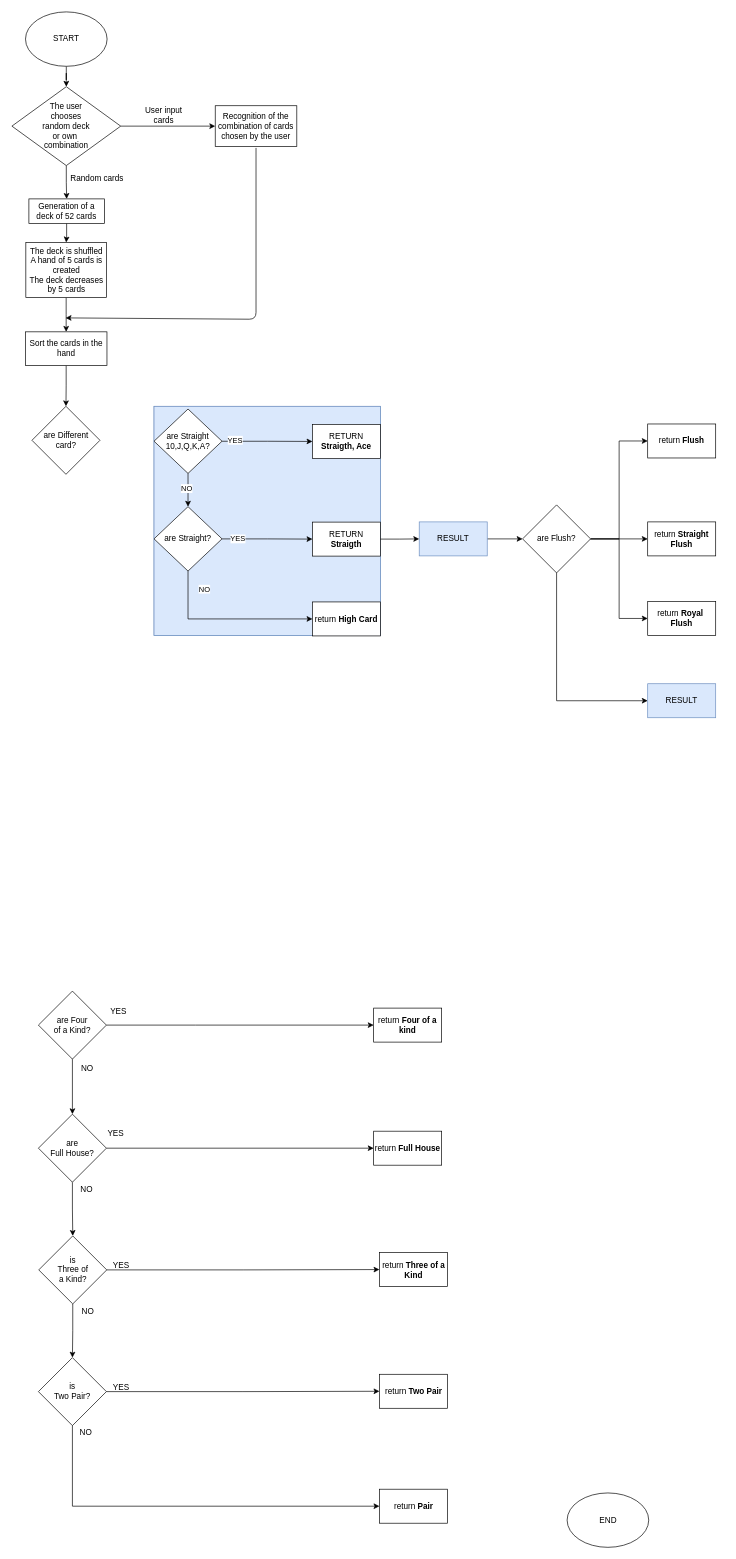
Earlier version of the draw.io diagram assets/flowchart/Poker_game_flowchart _v4.drawio (DomenicoMassimoCavaglieri/Poker-Game). Source tidied: cells renumbered, new cells numbered last; positions are measured from the earlier drawing's top-left corner, leaving out a move shared by most shapes. Both pictures are drawn from the tidied source at 68%, with x=0, y=0 at pixel (12, 12).
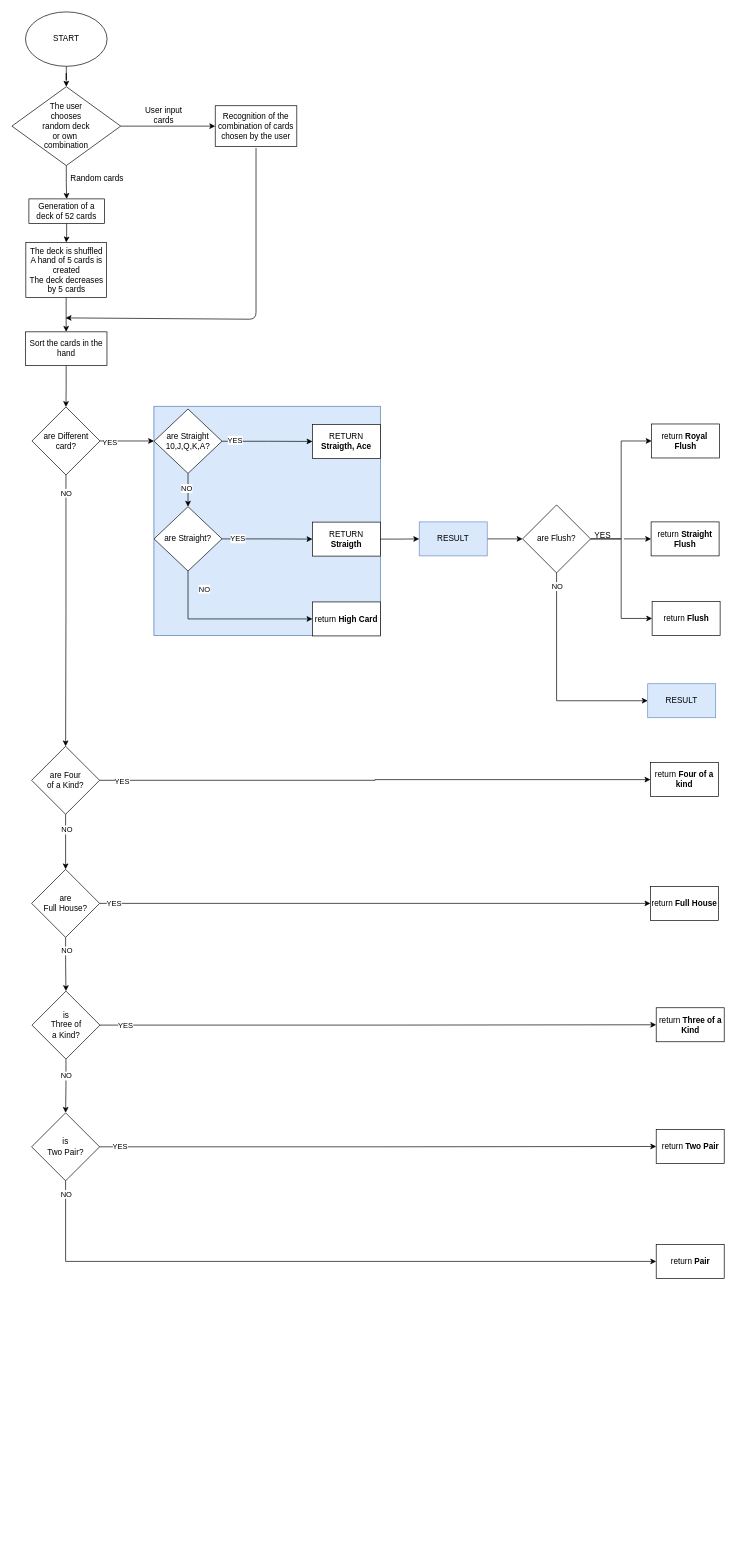
The same page after the edit.

The change refers to these unchanged cells:
```xml
<mxCell id="19" value="are Flush?" style="rhombus;whiteSpace=wrap;html=1;" parent="18" vertex="1">
  <mxGeometry x="30" y="5" width="100" height="100" as="geometry" />
</mxCell>
<mxCell id="23" value="is &lt;br&gt;Three of &lt;br&gt;a Kind?" style="rhombus;whiteSpace=wrap;html=1;" parent="20" vertex="1">
  <mxGeometry x="0.5" y="360" width="100" height="100" as="geometry" />
</mxCell>
<mxCell id="27" value="is &lt;br&gt;Two Pair?" style="rhombus;whiteSpace=wrap;html=1;" parent="20" vertex="1">
  <mxGeometry y="539" width="100" height="100" as="geometry" />
</mxCell>
<mxCell id="37" value="are Four &lt;br&gt;of a Kind?" style="rhombus;whiteSpace=wrap;html=1;" parent="20" vertex="1">
  <mxGeometry width="100" height="100" as="geometry" />
</mxCell>
<mxCell id="39" style="edgeStyle=orthogonalEdgeStyle;rounded=0;jettySize=auto;html=1;entryX=0.5;entryY=0;entryDx=0;entryDy=0;" parent="20" edge="1" source="41" target="23">
  <mxGeometry relative="1" as="geometry" />
</mxCell>
<mxCell id="41" value="are&lt;br&gt;Full House?" style="rhombus;whiteSpace=wrap;html=1;" parent="20" vertex="1">
  <mxGeometry y="181" width="100" height="100" as="geometry" />
</mxCell>
<mxCell id="46" style="group;" parent="1" vertex="1">
  <mxGeometry x="29.5" y="580" width="137" height="120.6" as="geometry" />
</mxCell>
<mxCell id="69" value="return&amp;nbsp;&lt;b&gt;Straight Flush&lt;/b&gt;" style="whiteSpace=wrap;html=1;" parent="67" vertex="1">
  <mxGeometry y="144" width="100" height="50" as="geometry" />
</mxCell>
<mxCell id="71" value="RESULT" style="rounded=0;whiteSpace=wrap;html=1;fillColor=#dae8fc;strokeColor=#6c8ebf;" parent="66" vertex="1">
  <mxGeometry y="382" width="100" height="50" as="geometry" />
</mxCell>
```

Diff of the diagram source:
```diff
@@
-    <mxCell id="12" value="END" style="ellipse;whiteSpace=wrap;html=1;" parent="1" vertex="1">
-      <mxGeometry x="816.5" y="2178" width="120" height="80" as="geometry" />
-    </mxCell>
@@
     <mxCell id="20" style="group;" parent="1" vertex="1">
-      <mxGeometry x="39" y="1440" width="601.5" height="782.5" as="geometry" />
+      <mxGeometry x="29" y="1080" width="601.5" height="782.5" as="geometry" />
     </mxCell>
-    <mxCell id="21" value="return&amp;nbsp;&lt;b&gt;Four of a kind&lt;/b&gt;" style="whiteSpace=wrap;html=1;" parent="20" vertex="1">
-      <mxGeometry x="493" y="25" width="100" height="50" as="geometry" />
-    </mxCell>
-    <mxCell id="22" value="return &lt;b&gt;Full House&lt;/b&gt;" style="whiteSpace=wrap;html=1;" parent="20" vertex="1">
-      <mxGeometry x="493" y="206" width="100" height="50" as="geometry" />
-    </mxCell>
+    <mxCell id="28" style="edgeStyle=orthogonalEdgeStyle;rounded=0;jettySize=auto;html=1;entryX=0.5;entryY=0;entryDx=0;entryDy=0;" parent="20" edge="1" source="23" target="27">
+      <mxGeometry relative="1" as="geometry" />
+    </mxCell>
+    <mxCell id="76" value="NO" style="edgeLabel;html=1;align=center;verticalAlign=middle;" parent="28" vertex="1">
+      <mxGeometry x="-0.4" relative="1" as="geometry" />
+    </mxCell>
@@
-    <mxCell id="24" value="return &lt;b&gt;Three of a Kind&lt;/b&gt;" style="whiteSpace=wrap;html=1;" parent="20" vertex="1">
-      <mxGeometry x="501.5" y="384.5" width="100" height="50" as="geometry" />
-    </mxCell>
-    <mxCell id="25" style="edgeStyle=orthogonalEdgeStyle;rounded=0;jettySize=auto;html=1;" parent="20" edge="1" source="23" target="24">
-      <mxGeometry relative="1" as="geometry" />
-    </mxCell>
-    <mxCell id="26" value="YES" style="text;html=1;strokeColor=none;fillColor=none;align=center;verticalAlign=middle;whiteSpace=wrap;rounded=0;" parent="20" vertex="1">
-      <mxGeometry x="101.5" y="393" width="40" height="20" as="geometry" />
-    </mxCell>
@@
-    <mxCell id="28" style="edgeStyle=orthogonalEdgeStyle;rounded=0;jettySize=auto;html=1;" parent="20" edge="1" source="23" target="27">
-      <mxGeometry relative="1" as="geometry" />
-    </mxCell>
-    <mxCell id="29" value="return &lt;b&gt;Two Pair&lt;/b&gt;" style="whiteSpace=wrap;html=1;" parent="20" vertex="1">
-      <mxGeometry x="501.5" y="563.5" width="100" height="50" as="geometry" />
-    </mxCell>
-    <mxCell id="30" style="edgeStyle=orthogonalEdgeStyle;rounded=0;jettySize=auto;html=1;" parent="20" edge="1" source="27" target="29">
-      <mxGeometry relative="1" as="geometry" />
-    </mxCell>
-    <mxCell id="31" value="return &lt;b&gt;Pair&lt;/b&gt;" style="whiteSpace=wrap;html=1;" parent="20" vertex="1">
-      <mxGeometry x="501.5" y="732.5" width="100" height="50" as="geometry" />
-    </mxCell>
-    <mxCell id="32" style="edgeStyle=orthogonalEdgeStyle;rounded=0;jettySize=auto;html=1;entryX=0;entryY=0.5;entryDx=0;entryDy=0;" parent="20" edge="1" source="27" target="31">
-      <mxGeometry relative="1" as="geometry">
-        <Array as="points">
-          <mxPoint x="50" y="758" />
-        </Array>
-      </mxGeometry>
-    </mxCell>
-    <mxCell id="33" value="YES" style="text;html=1;strokeColor=none;fillColor=none;align=center;verticalAlign=middle;whiteSpace=wrap;rounded=0;" parent="20" vertex="1">
-      <mxGeometry x="101.5" y="572.5" width="40" height="20" as="geometry" />
-    </mxCell>
-    <mxCell id="34" value="NO" style="text;html=1;strokeColor=none;fillColor=none;align=center;verticalAlign=middle;whiteSpace=wrap;rounded=0;" parent="20" vertex="1">
-      <mxGeometry x="52.5" y="462" width="40" height="20" as="geometry" />
-    </mxCell>
-    <mxCell id="35" value="NO" style="text;html=1;strokeColor=none;fillColor=none;align=center;verticalAlign=middle;whiteSpace=wrap;rounded=0;" parent="20" vertex="1">
-      <mxGeometry x="49.5" y="639" width="40" height="20" as="geometry" />
-    </mxCell>
-    <mxCell id="36" style="edgeStyle=orthogonalEdgeStyle;rounded=0;jettySize=auto;html=1;entryX=0;entryY=0.5;entryDx=0;entryDy=0;" parent="20" edge="1" source="37" target="21">
-      <mxGeometry relative="1" as="geometry">
-        <Array as="points">
-          <mxPoint x="231" y="50" />
-          <mxPoint x="231" y="50" />
-        </Array>
-      </mxGeometry>
-    </mxCell>
+    <mxCell id="42" style="edgeStyle=orthogonalEdgeStyle;rounded=0;jettySize=auto;html=1;entryX=0.5;entryY=0;entryDx=0;entryDy=0;" parent="20" edge="1" source="37" target="41">
+      <mxGeometry relative="1" as="geometry" />
+    </mxCell>
+    <mxCell id="77" value="NO" style="edgeLabel;html=1;align=center;verticalAlign=middle;" parent="42" vertex="1">
+      <mxGeometry x="-0.46" y="1" relative="1" as="geometry" />
+    </mxCell>
@@
-    <mxCell id="38" value="YES" style="text;html=1;strokeColor=none;fillColor=none;align=center;verticalAlign=middle;whiteSpace=wrap;rounded=0;" parent="20" vertex="1">
-      <mxGeometry x="98" y="20" width="40" height="20" as="geometry" />
-    </mxCell>
@@
-    <mxCell id="40" style="edgeStyle=orthogonalEdgeStyle;rounded=0;jettySize=auto;html=1;entryX=0;entryY=0.5;entryDx=0;entryDy=0;" parent="20" edge="1" source="41" target="22">
-      <mxGeometry relative="1" as="geometry" />
-    </mxCell>
+    <mxCell id="78" value="NO" style="edgeLabel;html=1;align=center;verticalAlign=middle;" parent="39" vertex="1">
+      <mxGeometry x="-0.52" y="1" relative="1" as="geometry" />
+    </mxCell>
@@
-    <mxCell id="42" style="edgeStyle=orthogonalEdgeStyle;rounded=0;jettySize=auto;html=1;" parent="20" edge="1" source="37" target="41">
-      <mxGeometry relative="1" as="geometry" />
-    </mxCell>
-    <mxCell id="43" value="YES" style="text;html=1;strokeColor=none;fillColor=none;align=center;verticalAlign=middle;whiteSpace=wrap;rounded=0;" parent="20" vertex="1">
-      <mxGeometry x="94" y="199" width="40" height="20" as="geometry" />
-    </mxCell>
-    <mxCell id="44" value="NO" style="text;html=1;strokeColor=none;fillColor=none;align=center;verticalAlign=middle;whiteSpace=wrap;rounded=0;" parent="20" vertex="1">
-      <mxGeometry x="51" y="282" width="40" height="20" as="geometry" />
-    </mxCell>
-    <mxCell id="45" value="NO" style="text;html=1;strokeColor=none;fillColor=none;align=center;verticalAlign=middle;whiteSpace=wrap;rounded=0;" parent="20" vertex="1">
-      <mxGeometry x="52" y="104" width="40" height="20" as="geometry" />
-    </mxCell>
@@
     <mxCell id="47" value="are Different&lt;br&gt;card?" style="rhombus;whiteSpace=wrap;html=1;" parent="46" vertex="1">
-      <mxGeometry width="100" height="100" as="geometry" />
+      <mxGeometry y="1" width="100" height="100" as="geometry" />
     </mxCell>
@@
     <mxCell id="66" style="group;" parent="1" vertex="1">
-      <mxGeometry x="935" y="606" width="100" height="432" as="geometry" />
+      <mxGeometry x="935" y="606" width="101.5" height="432" as="geometry" />
     </mxCell>
     <mxCell id="67" style="group;" parent="66" vertex="1">
-      <mxGeometry width="100" height="311" as="geometry" />
+      <mxGeometry x="5" width="101.5" height="311" as="geometry" />
     </mxCell>
-    <mxCell id="68" value="return&amp;nbsp;&lt;b style=&quot;font-family: &amp;#34;arial&amp;#34; , &amp;#34;helvetica&amp;#34; , sans-serif ; text-align: left&quot;&gt;Royal&amp;nbsp; Flush&lt;/b&gt;" style="whiteSpace=wrap;html=1;" parent="67" vertex="1">
-      <mxGeometry y="261" width="100" height="50" as="geometry" />
-    </mxCell>
@@
     <mxCell id="70" value="return &lt;b&gt;Flush&lt;/b&gt;" style="whiteSpace=wrap;html=1;" parent="67" vertex="1">
-      <mxGeometry width="100" height="50" as="geometry" />
+      <mxGeometry x="1.5" y="261" width="100" height="50" as="geometry" />
     </mxCell>
+    <mxCell id="68" value="return&amp;nbsp;&lt;b style=&quot;font-family: &amp;#34;arial&amp;#34; , &amp;#34;helvetica&amp;#34; , sans-serif ; text-align: left&quot;&gt;Royal&amp;nbsp; Flush&lt;/b&gt;" style="whiteSpace=wrap;html=1;" parent="67" vertex="1">
+      <mxGeometry x="0.8" width="100" height="50" as="geometry" />
+    </mxCell>
@@
+    <mxCell id="75" style="edgeStyle=orthogonalEdgeStyle;rounded=0;jettySize=auto;html=1;entryX=0;entryY=0.5;entryDx=0;entryDy=0;" parent="1" edge="1" source="19" target="71">
+      <mxGeometry relative="1" as="geometry">
+        <Array as="points">
+          <mxPoint x="801" y="1013" />
+        </Array>
+      </mxGeometry>
+    </mxCell>
+    <mxCell id="79" value="NO" style="edgeLabel;html=1;align=center;verticalAlign=middle;" parent="75" vertex="1">
+      <mxGeometry x="-0.89" relative="1" as="geometry">
+        <mxPoint y="1" as="offset" />
+      </mxGeometry>
+    </mxCell>
+    <mxCell id="21" value="return&amp;nbsp;&lt;b&gt;Four of a kind&lt;/b&gt;" style="whiteSpace=wrap;html=1;" parent="1" vertex="1">
+      <mxGeometry x="939" y="1104" width="100" height="50" as="geometry" />
+    </mxCell>
+    <mxCell id="22" value="return &lt;b&gt;Full House&lt;/b&gt;" style="whiteSpace=wrap;html=1;" parent="1" vertex="1">
+      <mxGeometry x="939" y="1286" width="100" height="50" as="geometry" />
+    </mxCell>
+    <mxCell id="24" value="return &lt;b&gt;Three of a Kind&lt;/b&gt;" style="whiteSpace=wrap;html=1;" parent="1" vertex="1">
+      <mxGeometry x="947.5" y="1464.5" width="100" height="50" as="geometry" />
+    </mxCell>
+    <mxCell id="29" value="return &lt;b&gt;Two Pair&lt;/b&gt;" style="whiteSpace=wrap;html=1;" parent="1" vertex="1">
+      <mxGeometry x="947.5" y="1643.5" width="100" height="50" as="geometry" />
+    </mxCell>
+    <mxCell id="31" value="return &lt;b&gt;Pair&lt;/b&gt;" style="whiteSpace=wrap;html=1;" parent="1" vertex="1">
+      <mxGeometry x="947.5" y="1812.5" width="100" height="50" as="geometry" />
+    </mxCell>
+    <mxCell id="40" style="edgeStyle=orthogonalEdgeStyle;rounded=0;jettySize=auto;html=1;entryX=0;entryY=0.5;entryDx=0;entryDy=0;" parent="1" edge="1" source="41" target="22">
+      <mxGeometry relative="1" as="geometry" />
+    </mxCell>
+    <mxCell id="80" value="YES" style="edgeLabel;html=1;align=center;verticalAlign=middle;" parent="40" vertex="1">
+      <mxGeometry x="-0.95" relative="1" as="geometry" />
+    </mxCell>
+    <mxCell id="25" style="edgeStyle=orthogonalEdgeStyle;rounded=0;jettySize=auto;html=1;" parent="1" edge="1" source="23" target="24">
+      <mxGeometry relative="1" as="geometry" />
+    </mxCell>
+    <mxCell id="81" value="YES" style="edgeLabel;html=1;align=center;verticalAlign=middle;" parent="25" vertex="1">
+      <mxGeometry x="-0.91" relative="1" as="geometry" />
+    </mxCell>
+    <mxCell id="30" style="edgeStyle=orthogonalEdgeStyle;rounded=0;jettySize=auto;html=1;" parent="1" edge="1" source="27" target="29">
+      <mxGeometry relative="1" as="geometry" />
+    </mxCell>
+    <mxCell id="82" value="YES" style="edgeLabel;html=1;align=center;verticalAlign=middle;" parent="30" vertex="1">
+      <mxGeometry x="-0.93" y="1" relative="1" as="geometry" />
+    </mxCell>
+    <mxCell id="32" style="edgeStyle=orthogonalEdgeStyle;rounded=0;jettySize=auto;html=1;entryX=0;entryY=0.5;entryDx=0;entryDy=0;" parent="1" edge="1" source="27" target="31">
+      <mxGeometry relative="1" as="geometry">
+        <Array as="points">
+          <mxPoint x="79" y="1838" />
+        </Array>
+      </mxGeometry>
+    </mxCell>
+    <mxCell id="83" value="NO" style="edgeLabel;html=1;align=center;verticalAlign=middle;" parent="32" vertex="1">
+      <mxGeometry x="-0.96" relative="1" as="geometry">
+        <mxPoint y="-1" as="offset" />
+      </mxGeometry>
+    </mxCell>
+    <mxCell id="36" style="edgeStyle=orthogonalEdgeStyle;rounded=0;jettySize=auto;html=1;entryX=0;entryY=0.5;entryDx=0;entryDy=0;" parent="1" edge="1" source="37" target="21">
+      <mxGeometry relative="1" as="geometry" />
+    </mxCell>
+    <mxCell id="84" value="YES" style="edgeLabel;html=1;align=center;verticalAlign=middle;" parent="36" vertex="1">
+      <mxGeometry x="-0.92" y="-1" relative="1" as="geometry" />
+    </mxCell>
+    <mxCell id="85" style="edgeStyle=orthogonalEdgeStyle;rounded=0;jettySize=auto;html=1;entryX=0.5;entryY=0;entryDx=0;entryDy=0;" parent="1" edge="1" source="47" target="37">
+      <mxGeometry relative="1" as="geometry" />
+    </mxCell>
+    <mxCell id="86" value="NO" style="edgeLabel;html=1;align=center;verticalAlign=middle;" parent="85" vertex="1">
+      <mxGeometry x="-0.87" relative="1" as="geometry" />
+    </mxCell>
+    <mxCell id="87" style="edgeStyle=orthogonalEdgeStyle;rounded=0;jettySize=auto;html=1;" parent="1" edge="1" source="47">
+      <mxGeometry relative="1" as="geometry">
+        <mxPoint x="209" y="631" as="targetPoint" />
+        <Array as="points">
+          <mxPoint x="159" y="631" />
+          <mxPoint x="159" y="631" />
+        </Array>
+      </mxGeometry>
+    </mxCell>
+    <mxCell id="88" value="YES" style="edgeLabel;html=1;align=center;verticalAlign=middle;" parent="87" vertex="1">
+      <mxGeometry x="-0.65" y="-1" relative="1" as="geometry" />
+    </mxCell>
+    <mxCell id="89" style="endArrow=classic;html=1;entryX=0;entryY=0.5;entryDx=0;entryDy=0;" parent="1" edge="1" target="69">
+      <mxGeometry relative="1" as="geometry">
+        <mxPoint x="900" y="775" as="sourcePoint" />
+      </mxGeometry>
+    </mxCell>
     <mxCell id="72" style="edgeStyle=orthogonalEdgeStyle;rounded=0;jettySize=auto;html=1;entryX=0;entryY=0.5;entryDx=0;entryDy=0;" parent="1" edge="1" source="19" target="70">
-      <mxGeometry relative="1" as="geometry" />
+      <mxGeometry relative="1" as="geometry">
+        <Array as="points">
+          <mxPoint x="896" y="775" />
+          <mxPoint x="896" y="892" />
+        </Array>
+      </mxGeometry>
     </mxCell>
-    <mxCell id="73" style="edgeStyle=orthogonalEdgeStyle;rounded=0;jettySize=auto;html=1;entryX=0;entryY=0.5;entryDx=0;entryDy=0;" parent="1" edge="1" source="19" target="69">
-      <mxGeometry relative="1" as="geometry" />
-    </mxCell>
     <mxCell id="74" style="edgeStyle=orthogonalEdgeStyle;rounded=0;jettySize=auto;html=1;entryX=0;entryY=0.5;entryDx=0;entryDy=0;" parent="1" edge="1" source="19" target="68">
-      <mxGeometry relative="1" as="geometry" />
+      <mxGeometry relative="1" as="geometry">
+        <Array as="points">
+          <mxPoint x="896" y="775" />
+          <mxPoint x="896" y="631" />
+        </Array>
+      </mxGeometry>
     </mxCell>
-    <mxCell id="75" style="edgeStyle=orthogonalEdgeStyle;rounded=0;jettySize=auto;html=1;entryX=0;entryY=0.5;entryDx=0;entryDy=0;" parent="1" edge="1" source="19" target="71">
-      <mxGeometry relative="1" as="geometry">
-        <Array as="points">
-          <mxPoint x="801" y="1013" />
-        </Array>
-      </mxGeometry>
-    </mxCell>
+    <mxCell id="90" value="YES" style="text;html=1;strokeColor=none;fillColor=none;align=center;verticalAlign=middle;whiteSpace=wrap;rounded=0;" parent="1" vertex="1">
+      <mxGeometry x="849" y="760" width="40" height="20" as="geometry" />
+    </mxCell>
```
